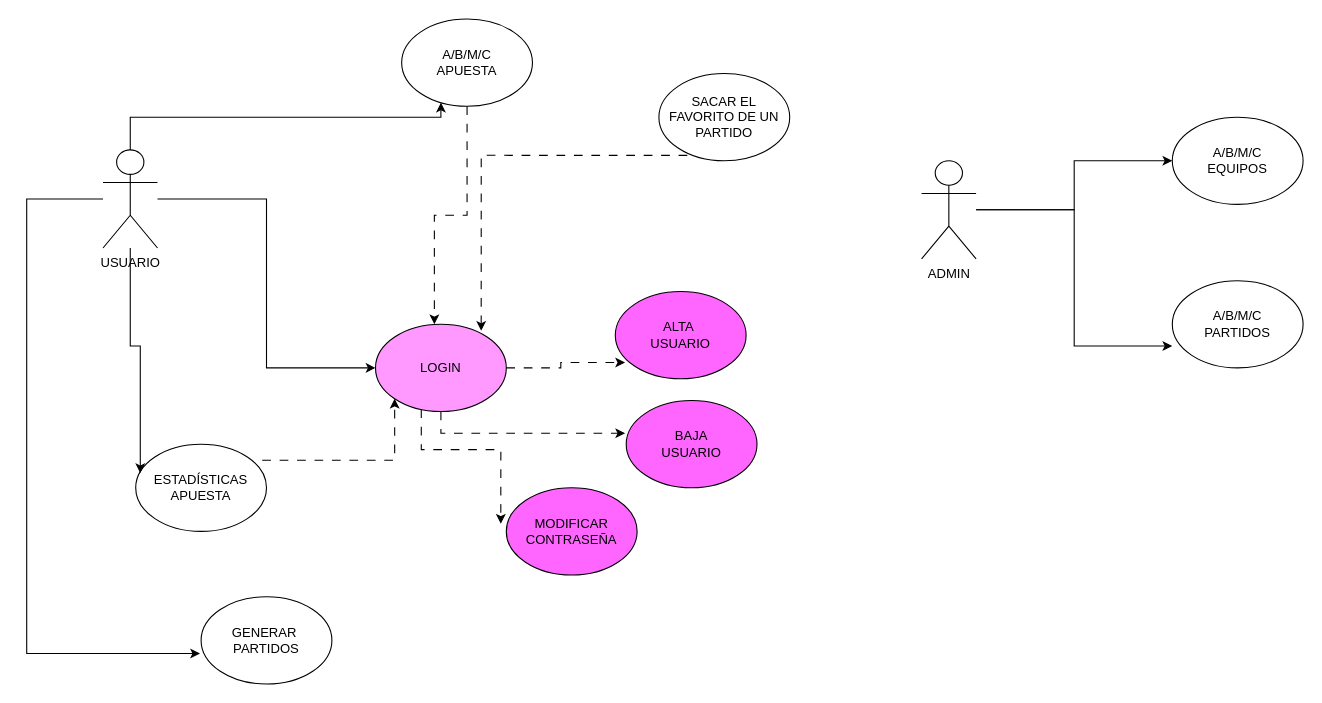
Above: appapuestas/Casos de USO Apuestas.drawio in Valexx55/sanblasjava (draw.io), before the change. Source tidied: cells renumbered, new cells numbered last; positions are measured from the earlier drawing's top-left corner, leaving out a move shared by most shapes. Both pictures are drawn from the tidied source at 109%, with x=0, y=0 at pixel (26, 19).
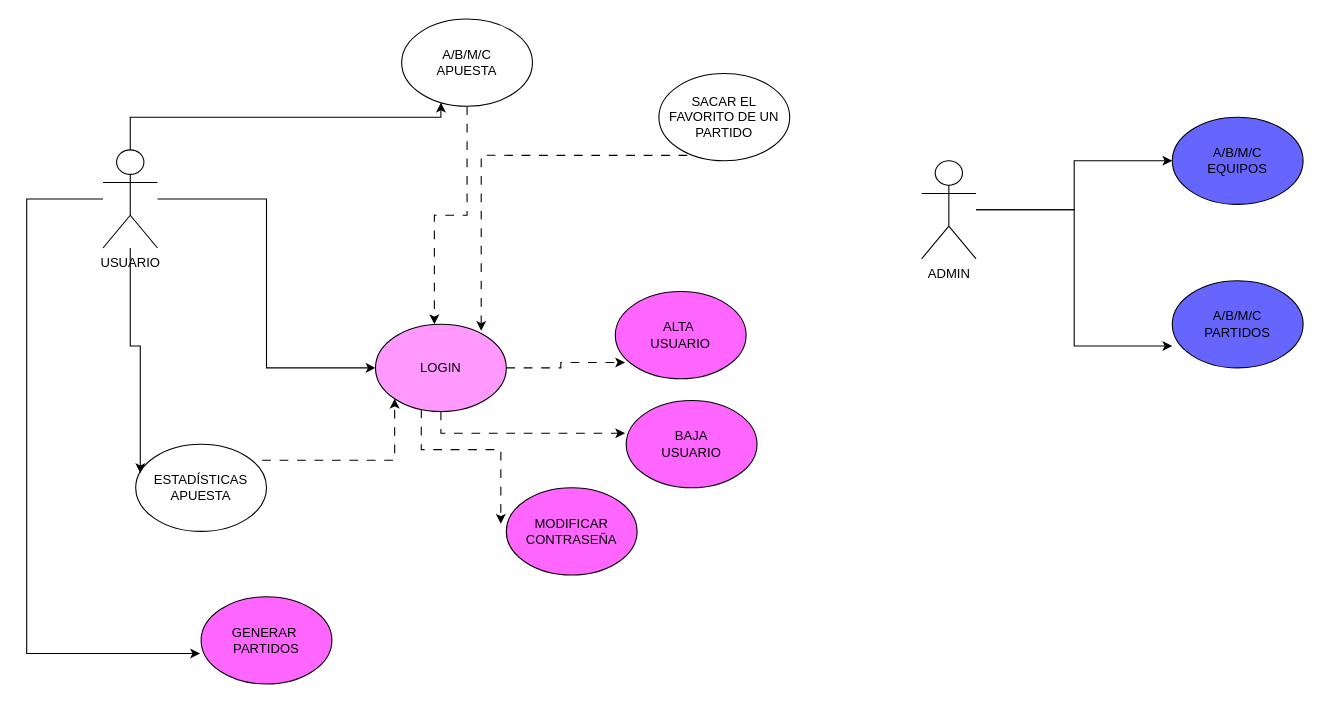
The same diagram, later.

What changed in the source:
```diff
@@
-    <mxCell id="19" value="A/B/M/C&lt;br&gt;EQUIPOS" style="ellipse;whiteSpace=wrap;html=1;" parent="1" vertex="1">
+    <mxCell id="19" value="A/B/M/C&lt;br&gt;EQUIPOS" style="ellipse;whiteSpace=wrap;html=1;fillColor=#6666FF;" parent="1" vertex="1">
       <mxGeometry x="1051" y="90" width="120" height="80" as="geometry" />
     </mxCell>
-    <mxCell id="20" value="A/B/M/C&lt;br&gt;PARTIDOS" style="ellipse;whiteSpace=wrap;html=1;" parent="1" vertex="1">
+    <mxCell id="20" value="A/B/M/C&lt;br&gt;PARTIDOS" style="ellipse;whiteSpace=wrap;html=1;fillColor=#6666FF;" parent="1" vertex="1">
       <mxGeometry x="1051" y="240" width="120" height="80" as="geometry" />
     </mxCell>
@@
-    <mxCell id="24" value="GENERAR&amp;nbsp;&lt;br&gt;PARTIDOS" style="ellipse;whiteSpace=wrap;html=1;" parent="1" vertex="1">
+    <mxCell id="24" value="GENERAR&amp;nbsp;&lt;br&gt;PARTIDOS" style="ellipse;whiteSpace=wrap;html=1;fillColor=#FF66FF;" parent="1" vertex="1">
       <mxGeometry x="160" y="530" width="120" height="80" as="geometry" />
     </mxCell>
```
